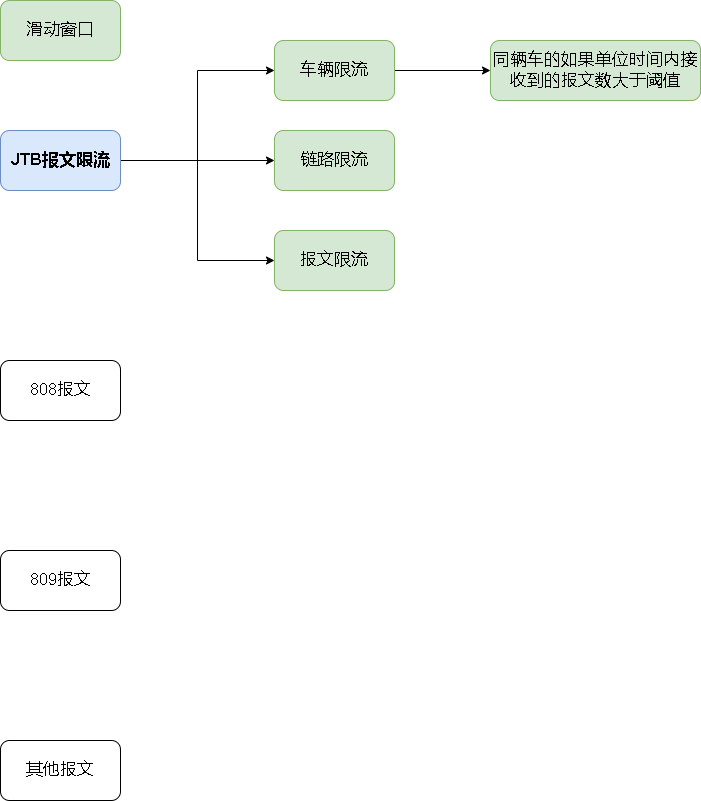
This is jtb报文限流.drawio.png from xktder/draw, a draw.io export, as it was before one commit. Source tidied: cells renumbered, new cells last; positions are measured from the earlier drawing's top-left corner, leaving out a move shared by most shapes.
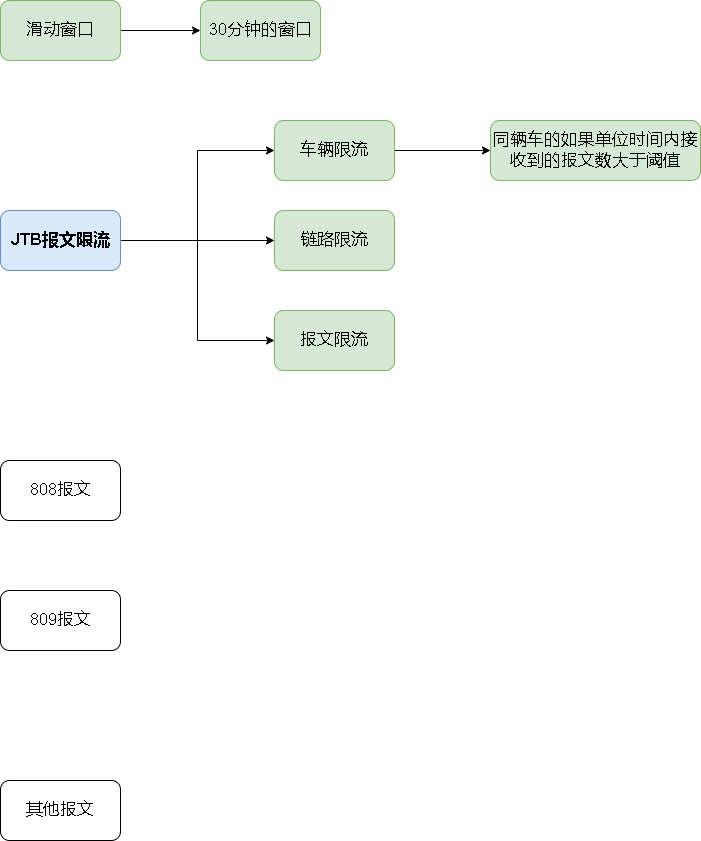
The same diagram one commit later.

Commit message:
更新jtb报文限流.drawio.png

Change to the diagram source:
```diff
@@ -15,13 +15,13 @@
       <mxGeometry y="130" width="120" height="60" as="geometry" />
     </mxCell>
     <mxCell id="6" value="808报文" style="rounded=1;whiteSpace=wrap;html=1;fontSize=17;" parent="1" vertex="1">
-      <mxGeometry y="360" width="120" height="60" as="geometry" />
+      <mxGeometry y="380" width="120" height="60" as="geometry" />
     </mxCell>
     <mxCell id="7" value="809报文" style="rounded=1;whiteSpace=wrap;html=1;fontSize=17;" parent="1" vertex="1">
-      <mxGeometry y="550" width="120" height="60" as="geometry" />
+      <mxGeometry y="510" width="120" height="60" as="geometry" />
     </mxCell>
     <mxCell id="8" value="其他报文" style="rounded=1;whiteSpace=wrap;html=1;fontSize=17;" parent="1" vertex="1">
-      <mxGeometry y="740" width="120" height="60" as="geometry" />
+      <mxGeometry y="700" width="120" height="60" as="geometry" />
     </mxCell>
     <mxCell id="9" style="edgeStyle=orthogonalEdgeStyle;rounded=0;jettySize=auto;html=1;fontSize=17;entryX=0;entryY=0.5;entryDx=0;entryDy=0;" parent="1" edge="1" source="10" target="13">
       <mxGeometry relative="1" as="geometry" />
@@ -38,8 +38,14 @@
     <mxCell id="13" value="同辆车的如果单位时间内接收到的报文数大于阈值" style="rounded=1;whiteSpace=wrap;html=1;fontSize=17;fillColor=#d5e8d4;strokeColor=#82b366;" parent="1" vertex="1">
       <mxGeometry x="490" y="40" width="210" height="60" as="geometry" />
     </mxCell>
+    <mxCell id="15" style="edgeStyle=orthogonalEdgeStyle;rounded=0;jettySize=auto;html=1;entryX=0;entryY=0.5;entryDx=0;entryDy=0;" parent="1" edge="1" source="14" target="16">
+      <mxGeometry relative="1" as="geometry" />
+    </mxCell>
     <mxCell id="14" value="滑动窗口" style="rounded=1;whiteSpace=wrap;html=1;fontSize=17;fillColor=#d5e8d4;strokeColor=#82b366;" parent="1" vertex="1">
-      <mxGeometry width="120" height="60" as="geometry" />
+      <mxGeometry y="-80" width="120" height="60" as="geometry" />
     </mxCell>
+    <mxCell id="16" value="30分钟的窗口" style="rounded=1;whiteSpace=wrap;html=1;fontSize=17;fillColor=#d5e8d4;strokeColor=#82b366;" parent="1" vertex="1">
+      <mxGeometry x="200" y="-80" width="120" height="60" as="geometry" />
+    </mxCell>
   </root>
 </mxGraphModel>
```
